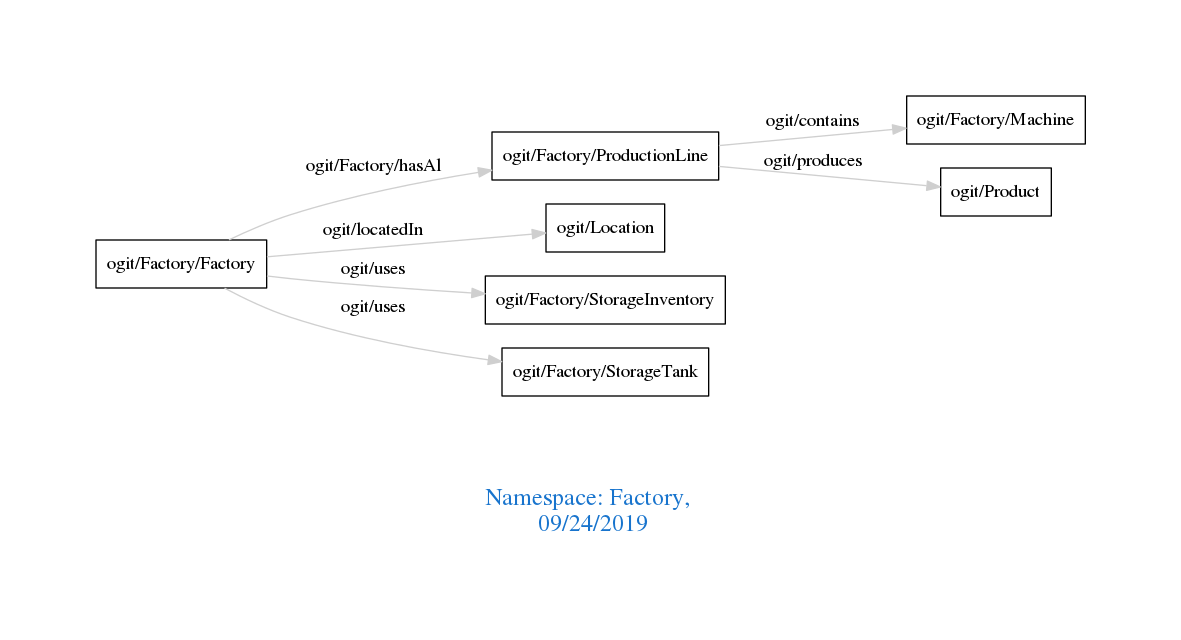
The Graphviz diagram downloads/Factory.png in arago/OGIT, before a commit. Its source is kept beside it as downloads/Factory.dot.
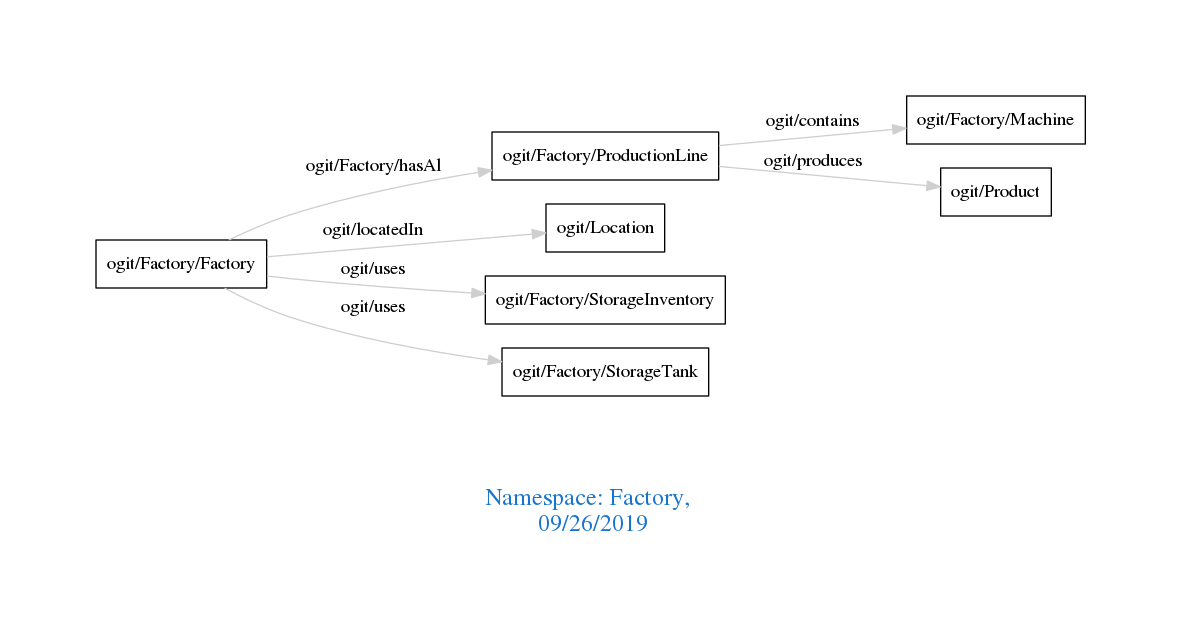
Above is the later version.

What changed in the source:
```diff
@@ -1,7 +1,7 @@
 digraph OGIT_ontology {
  graph [ rankdir= LR,pad=1
 fontsize = 18,
-fontcolor= dodgerblue3,label = "\n\n\nNamespace: Factory, \n 09/24/2019"];
+fontcolor= dodgerblue3,label = "\n\n\nNamespace: Factory, \n 09/26/2019"];
 node[shape=polygon];
 edge [  color="gray81"];
 
```
